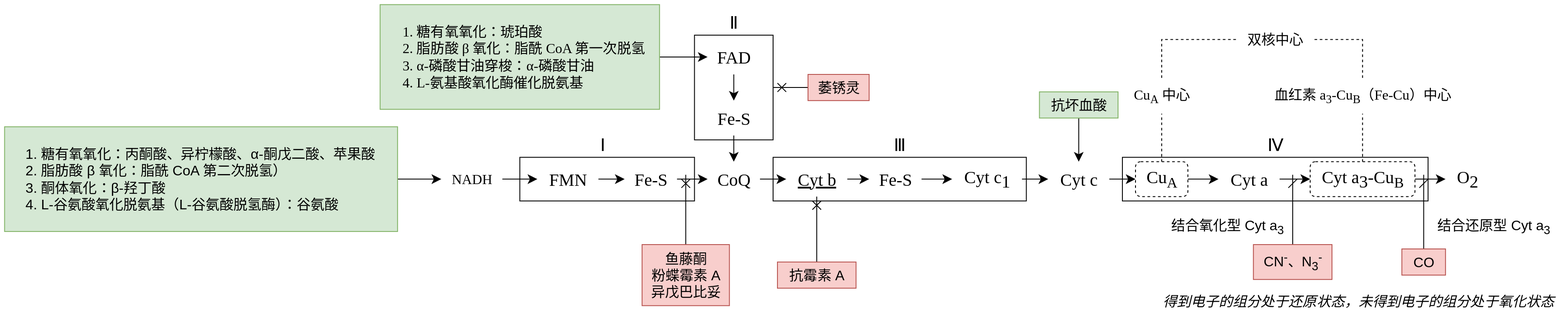
Above: content/series/生物化学与分子生物学/生物氧化/氧化呼吸链.svg in daisilia/daisilia.github.io (draw.io), before the change. Source tidied: cells renumbered, new cells last; positions are measured from the earlier drawing's top-left corner, leaving out a move shared by most shapes. Its diagram source:
```xml
<mxGraphModel>
  <root>
    <mxCell id="0" />
    <mxCell id="1" parent="0" />
    <mxCell id="2" style="rounded=0;whiteSpace=wrap;html=1;fontSize=16;fillColor=none;fontFamily=Noto Sans SC;" parent="1" vertex="1">
      <mxGeometry x="790" y="35" width="90" height="120" as="geometry" />
    </mxCell>
    <mxCell id="3" style="rounded=0;whiteSpace=wrap;html=1;fontSize=16;fillColor=none;fontFamily=Noto Sans SC;" parent="1" vertex="1">
      <mxGeometry x="590" y="175" width="200" height="50" as="geometry" />
    </mxCell>
    <mxCell id="4" style="rounded=0;whiteSpace=wrap;html=1;fontSize=16;fillColor=none;fontFamily=Noto Sans SC;" parent="1" vertex="1">
      <mxGeometry x="880" y="175" width="290" height="50" as="geometry" />
    </mxCell>
    <mxCell id="5" style="rounded=0;whiteSpace=wrap;html=1;fontSize=16;fillColor=none;fontFamily=Noto Sans SC;" parent="1" vertex="1">
      <mxGeometry x="1280" y="175" width="350" height="50" as="geometry" />
    </mxCell>
    <mxCell id="6" style="edgeStyle=none;curved=1;rounded=0;jettySize=auto;html=1;fontSize=20;startSize=8;endSize=8;fontFamily=Noto Sans SC;" parent="1" edge="1" source="7" target="9">
      <mxGeometry relative="1" as="geometry" />
    </mxCell>
    <mxCell id="7" value="&lt;ol&gt;&lt;li&gt;糖有氧氧化：琥珀酸&lt;/li&gt;&lt;li&gt;脂肪酸 β 氧化：脂酰 CoA 第一次脱氢&lt;/li&gt;&lt;li style=&quot;border-color: var(--border-color);&quot;&gt;α-磷酸甘油穿梭：α-磷酸甘油&lt;/li&gt;&lt;li style=&quot;border-color: var(--border-color);&quot;&gt;L-氨基酸氧化酶催化脱氨基&lt;br&gt;&lt;/li&gt;&lt;/ol&gt;" style="text;html=1;align=left;verticalAlign=middle;points=[];strokeColor=#82b366;fillColor=#d5e8d4;fontSize=16;fontFamily=Noto Sans SC;" parent="1" vertex="1">
      <mxGeometry x="430" width="320" height="120" as="geometry" />
    </mxCell>
    <mxCell id="8" style="edgeStyle=none;curved=1;rounded=0;jettySize=auto;html=1;fontSize=20;startSize=8;endSize=8;fontFamily=Noto Sans SC;" parent="1" edge="1" source="9" target="11">
      <mxGeometry relative="1" as="geometry" />
    </mxCell>
    <mxCell id="9" value="FAD" style="text;html=1;align=center;verticalAlign=middle;points=[];strokeColor=none;fillColor=none;fontSize=20;fontFamily=Noto Sans SC;" parent="1" vertex="1">
      <mxGeometry x="805" y="40" width="60" height="40" as="geometry" />
    </mxCell>
    <mxCell id="10" style="edgeStyle=none;curved=1;rounded=0;jettySize=auto;html=1;fontSize=20;startSize=8;endSize=8;fontFamily=Noto Sans SC;" parent="1" edge="1" source="11" target="13">
      <mxGeometry relative="1" as="geometry" />
    </mxCell>
    <mxCell id="11" value="Fe-S" style="text;html=1;align=center;verticalAlign=middle;points=[];strokeColor=none;fillColor=none;fontSize=20;fontFamily=Noto Sans SC;" parent="1" vertex="1">
      <mxGeometry x="805" y="110" width="60" height="40" as="geometry" />
    </mxCell>
    <mxCell id="12" style="edgeStyle=none;curved=1;rounded=0;jettySize=auto;html=1;fontSize=20;startSize=8;endSize=8;fontFamily=Noto Sans SC;" parent="1" edge="1" source="13" target="21">
      <mxGeometry relative="1" as="geometry" />
    </mxCell>
    <mxCell id="13" value="CoQ" style="text;html=1;align=center;verticalAlign=middle;points=[];strokeColor=none;fillColor=none;fontSize=20;fontFamily=Noto Sans SC;" parent="1" vertex="1">
      <mxGeometry x="805" y="180" width="60" height="40" as="geometry" />
    </mxCell>
    <mxCell id="14" style="edgeStyle=none;curved=1;rounded=0;jettySize=auto;html=1;fontSize=20;startSize=8;endSize=8;fontFamily=Noto Sans SC;" parent="1" edge="1" source="15" target="17">
      <mxGeometry relative="1" as="geometry" />
    </mxCell>
    <mxCell id="15" value="NADH" style="text;html=1;align=center;verticalAlign=middle;points=[];strokeColor=none;fillColor=none;fontSize=16;fontFamily=Noto Sans SC;" parent="1" vertex="1">
      <mxGeometry x="500" y="185" width="70" height="30" as="geometry" />
    </mxCell>
    <mxCell id="16" style="edgeStyle=none;curved=1;rounded=0;jettySize=auto;html=1;fontSize=20;startSize=8;endSize=8;fontFamily=Noto Sans SC;" parent="1" edge="1" source="17" target="19">
      <mxGeometry relative="1" as="geometry" />
    </mxCell>
    <mxCell id="17" value="FMN" style="text;html=1;align=center;verticalAlign=middle;points=[];strokeColor=none;fillColor=none;fontSize=20;fontFamily=Noto Sans SC;" parent="1" vertex="1">
      <mxGeometry x="610" y="180" width="70" height="40" as="geometry" />
    </mxCell>
    <mxCell id="18" style="edgeStyle=none;curved=1;rounded=0;jettySize=auto;html=1;fontSize=20;startSize=8;endSize=8;fontFamily=Noto Sans SC;" parent="1" edge="1" source="19" target="13">
      <mxGeometry relative="1" as="geometry" />
    </mxCell>
    <mxCell id="19" value="Fe-S" style="text;html=1;align=center;verticalAlign=middle;points=[];strokeColor=none;fillColor=none;fontSize=20;fontFamily=Noto Sans SC;" parent="1" vertex="1">
      <mxGeometry x="710" y="180" width="60" height="40" as="geometry" />
    </mxCell>
    <mxCell id="20" style="edgeStyle=none;curved=1;rounded=0;jettySize=auto;html=1;fontSize=20;startSize=8;endSize=8;fontFamily=Noto Sans SC;" parent="1" edge="1" source="21" target="23">
      <mxGeometry relative="1" as="geometry" />
    </mxCell>
    <mxCell id="21" value="Cyt b" style="text;html=1;align=center;verticalAlign=middle;points=[];strokeColor=none;fillColor=none;fontSize=20;fontFamily=Noto Sans SC;fontStyle=4;" parent="1" vertex="1">
      <mxGeometry x="895" y="180" width="70" height="40" as="geometry" />
    </mxCell>
    <mxCell id="22" style="edgeStyle=none;curved=1;rounded=0;jettySize=auto;html=1;fontSize=20;startSize=8;endSize=8;fontFamily=Noto Sans SC;" parent="1" edge="1" source="23" target="25">
      <mxGeometry relative="1" as="geometry" />
    </mxCell>
    <mxCell id="23" value="Fe-S" style="text;html=1;align=center;verticalAlign=middle;points=[];strokeColor=none;fillColor=none;fontSize=20;fontFamily=Noto Sans SC;" parent="1" vertex="1">
      <mxGeometry x="990" y="180" width="60" height="40" as="geometry" />
    </mxCell>
    <mxCell id="24" style="edgeStyle=none;curved=1;rounded=0;jettySize=auto;html=1;fontSize=20;startSize=8;endSize=8;fontFamily=Noto Sans SC;" parent="1" edge="1" source="25" target="27">
      <mxGeometry relative="1" as="geometry" />
    </mxCell>
    <mxCell id="25" value="Cyt c&lt;sub style=&quot;font-size: 20px;&quot;&gt;1&lt;/sub&gt;" style="text;html=1;align=center;verticalAlign=middle;points=[];strokeColor=none;fillColor=none;fontSize=20;fontFamily=Noto Sans SC;" parent="1" vertex="1">
      <mxGeometry x="1085" y="180" width="80" height="40" as="geometry" />
    </mxCell>
    <mxCell id="26" style="edgeStyle=none;curved=1;rounded=0;jettySize=auto;html=1;fontSize=20;startSize=8;endSize=8;fontFamily=Noto Sans SC;" parent="1" edge="1" source="27" target="30">
      <mxGeometry relative="1" as="geometry" />
    </mxCell>
    <mxCell id="27" value="Cyt c&lt;span style=&quot;font-size: 20px;&quot;&gt;&lt;br style=&quot;font-size: 20px;&quot;&gt;&lt;/span&gt;" style="text;html=1;align=center;verticalAlign=middle;points=[];strokeColor=none;fillColor=none;fontSize=20;fontFamily=Noto Sans SC;" parent="1" vertex="1">
      <mxGeometry x="1195" y="180" width="70" height="40" as="geometry" />
    </mxCell>
    <mxCell id="28" style="edgeStyle=none;curved=1;rounded=0;jettySize=auto;html=1;fontSize=20;startSize=8;endSize=8;fontFamily=Noto Sans SC;" parent="1" edge="1" source="30" target="32">
      <mxGeometry relative="1" as="geometry" />
    </mxCell>
    <mxCell id="29" style="edgeStyle=none;curved=1;rounded=0;jettySize=auto;html=1;fontSize=12;startSize=8;endSize=8;endArrow=none;endFill=0;dashed=1;" parent="1" edge="1" source="30" target="41">
      <mxGeometry relative="1" as="geometry" />
    </mxCell>
    <mxCell id="30" value="Cu&lt;sub&gt;A&lt;/sub&gt;&lt;span style=&quot;font-size: 20px;&quot;&gt;&lt;br style=&quot;font-size: 20px;&quot;&gt;&lt;/span&gt;" style="text;html=1;align=center;verticalAlign=middle;points=[];strokeColor=default;fillColor=none;fontSize=20;fontFamily=Noto Sans SC;dashed=1;rounded=1;" parent="1" vertex="1">
      <mxGeometry x="1295" y="180" width="60" height="40" as="geometry" />
    </mxCell>
    <mxCell id="31" style="edgeStyle=none;curved=1;rounded=0;jettySize=auto;html=1;fontSize=20;startSize=8;endSize=8;fontFamily=Noto Sans SC;" parent="1" edge="1" source="32" target="35">
      <mxGeometry relative="1" as="geometry" />
    </mxCell>
    <mxCell id="32" value="Cyt a&lt;span style=&quot;font-size: 20px;&quot;&gt;&lt;br style=&quot;font-size: 20px;&quot;&gt;&lt;/span&gt;" style="text;html=1;align=center;verticalAlign=middle;points=[];strokeColor=none;fillColor=none;fontSize=20;fontFamily=Noto Sans SC;" parent="1" vertex="1">
      <mxGeometry x="1390" y="180" width="70" height="40" as="geometry" />
    </mxCell>
    <mxCell id="33" style="edgeStyle=none;curved=1;rounded=0;jettySize=auto;html=1;fontSize=20;startSize=8;endSize=8;fontFamily=Noto Sans SC;" parent="1" edge="1" source="35" target="36">
      <mxGeometry relative="1" as="geometry" />
    </mxCell>
    <mxCell id="34" style="edgeStyle=none;curved=1;rounded=0;jettySize=auto;html=1;fontSize=12;startSize=8;endSize=8;dashed=1;endArrow=none;endFill=0;" parent="1" edge="1" source="35" target="42">
      <mxGeometry relative="1" as="geometry" />
    </mxCell>
    <mxCell id="35" value="Cyt a&lt;sub style=&quot;font-size: 20px;&quot;&gt;3&lt;/sub&gt;-Cu&lt;sub&gt;B&lt;/sub&gt;&lt;span style=&quot;font-size: 20px;&quot;&gt;&lt;br style=&quot;font-size: 20px;&quot;&gt;&lt;/span&gt;" style="text;html=1;align=center;verticalAlign=middle;points=[];strokeColor=default;fillColor=none;fontSize=20;fontFamily=Noto Sans SC;dashed=1;rounded=1;" parent="1" vertex="1">
      <mxGeometry x="1495" y="180" width="120" height="40" as="geometry" />
    </mxCell>
    <mxCell id="36" value="&lt;span style=&quot;font-size: 20px;&quot;&gt;O&lt;sub style=&quot;font-size: 20px;&quot;&gt;2&lt;/sub&gt;&lt;br style=&quot;font-size: 20px;&quot;&gt;&lt;/span&gt;" style="text;html=1;align=center;verticalAlign=middle;points=[];strokeColor=none;fillColor=none;fontSize=20;fontFamily=Noto Sans SC;" parent="1" vertex="1">
      <mxGeometry x="1650" y="180" width="50" height="40" as="geometry" />
    </mxCell>
    <mxCell id="37" value="Ⅰ" style="text;html=1;align=center;verticalAlign=middle;strokeColor=none;fillColor=none;fontSize=20;fontFamily=Noto Sans SC;" parent="1" vertex="1">
      <mxGeometry x="665" y="140" width="40" height="40" as="geometry" />
    </mxCell>
    <mxCell id="38" value="Ⅱ" style="text;html=1;align=center;verticalAlign=middle;strokeColor=none;fillColor=none;fontSize=20;fontFamily=Noto Sans SC;" parent="1" vertex="1">
      <mxGeometry x="815" width="40" height="40" as="geometry" />
    </mxCell>
    <mxCell id="39" value="Ⅲ" style="text;html=1;align=center;verticalAlign=middle;strokeColor=none;fillColor=none;fontSize=20;fontFamily=Noto Sans SC;" parent="1" vertex="1">
      <mxGeometry x="1005" y="140" width="40" height="40" as="geometry" />
    </mxCell>
    <mxCell id="40" value="Ⅳ" style="text;html=1;align=center;verticalAlign=middle;strokeColor=none;fillColor=none;fontSize=20;fontFamily=Noto Sans SC;" parent="1" vertex="1">
      <mxGeometry x="1435" y="140" width="40" height="40" as="geometry" />
    </mxCell>
    <mxCell id="41" value="&lt;span style=&quot;&quot;&gt;Cu&lt;sub&gt;A&lt;/sub&gt; 中心&lt;br style=&quot;font-size: 20px;&quot;&gt;&lt;/span&gt;" style="text;html=1;align=center;verticalAlign=middle;points=[];strokeColor=none;fillColor=none;fontSize=16;fontFamily=Noto Sans SC;" parent="1" vertex="1">
      <mxGeometry x="1280" y="85" width="90" height="40" as="geometry" />
    </mxCell>
    <mxCell id="42" value="&lt;span style=&quot;&quot;&gt;血红素 a&lt;sub&gt;3&lt;/sub&gt;-Cu&lt;sub&gt;B&lt;/sub&gt;（Fe-Cu）中心&lt;br style=&quot;font-size: 20px;&quot;&gt;&lt;/span&gt;" style="text;html=1;align=center;verticalAlign=middle;points=[];strokeColor=none;fillColor=none;fontSize=16;fontFamily=Noto Sans SC;" parent="1" vertex="1">
      <mxGeometry x="1440" y="85" width="230" height="40" as="geometry" />
    </mxCell>
    <mxCell id="43" style="edgeStyle=orthogonalEdgeStyle;rounded=0;jettySize=auto;html=1;fontSize=12;startSize=8;endSize=8;endArrow=none;endFill=0;dashed=1;" parent="1" edge="1" source="45" target="42">
      <mxGeometry relative="1" as="geometry">
        <Array as="points">
          <mxPoint x="1555" y="40" />
        </Array>
      </mxGeometry>
    </mxCell>
    <mxCell id="44" style="edgeStyle=orthogonalEdgeStyle;rounded=0;jettySize=auto;html=1;fontSize=12;startSize=8;endSize=8;endArrow=none;endFill=0;dashed=1;" parent="1" edge="1" source="45" target="41">
      <mxGeometry relative="1" as="geometry" />
    </mxCell>
    <mxCell id="45" value="双核中心" style="text;html=1;align=center;verticalAlign=middle;points=[];strokeColor=none;fillColor=none;fontSize=16;" parent="1" vertex="1">
      <mxGeometry x="1410" y="25" width="90" height="30" as="geometry" />
    </mxCell>
    <mxCell id="46" style="edgeStyle=none;curved=1;rounded=0;jettySize=auto;html=1;fontSize=12;startSize=8;endSize=8;" parent="1" edge="1" source="47" target="15">
      <mxGeometry relative="1" as="geometry" />
    </mxCell>
    <mxCell id="47" value="&lt;ol&gt;&lt;li&gt;糖有氧氧化：丙酮酸、异柠檬酸、α-酮戊二酸、苹果酸&lt;/li&gt;&lt;li&gt;脂肪酸 β 氧化：脂酰 CoA 第二次脱氢）&lt;/li&gt;&lt;li&gt;酮体氧化：β-羟丁酸&lt;/li&gt;&lt;li&gt;L-谷氨酸氧化脱氨基（L-谷氨酸脱氢酶）：谷氨酸&lt;/li&gt;&lt;/ol&gt;" style="text;html=1;align=left;verticalAlign=middle;points=[];strokeColor=#82b366;fillColor=#d5e8d4;fontSize=16;" parent="1" vertex="1">
      <mxGeometry y="140" width="450" height="120" as="geometry" />
    </mxCell>
    <mxCell id="48" style="edgeStyle=none;curved=1;rounded=0;jettySize=auto;html=1;fontSize=12;startSize=8;endSize=8;" parent="1" edge="1" source="49" target="27">
      <mxGeometry relative="1" as="geometry" />
    </mxCell>
    <mxCell id="49" value="抗坏血酸" style="text;html=1;align=center;verticalAlign=middle;points=[];strokeColor=#82b366;fillColor=#d5e8d4;fontSize=16;" parent="1" vertex="1">
      <mxGeometry x="1185" y="100" width="90" height="30" as="geometry" />
    </mxCell>
    <mxCell id="50" style="edgeStyle=none;curved=1;rounded=0;jettySize=auto;html=1;fontSize=12;startSize=8;endSize=8;endArrow=cross;endFill=0;" parent="1" edge="1" source="51">
      <mxGeometry relative="1" as="geometry">
        <mxPoint x="780" y="195" as="targetPoint" />
      </mxGeometry>
    </mxCell>
    <mxCell id="51" value="鱼藤酮&lt;br&gt;粉蝶霉素 A&lt;br&gt;异戊巴比妥" style="text;html=1;align=center;verticalAlign=middle;points=[];strokeColor=#b85450;fillColor=#f8cecc;fontSize=16;" parent="1" vertex="1">
      <mxGeometry x="730" y="275" width="100" height="70" as="geometry" />
    </mxCell>
    <mxCell id="52" style="edgeStyle=none;curved=1;rounded=0;jettySize=auto;html=1;fontSize=12;startSize=8;endSize=8;endArrow=cross;endFill=0;" parent="1" edge="1" source="53" target="2">
      <mxGeometry relative="1" as="geometry" />
    </mxCell>
    <mxCell id="53" value="萎锈灵" style="text;html=1;align=center;verticalAlign=middle;points=[];strokeColor=#b85450;fillColor=#f8cecc;fontSize=16;" parent="1" vertex="1">
      <mxGeometry x="920" y="80" width="70" height="30" as="geometry" />
    </mxCell>
    <mxCell id="54" style="edgeStyle=none;curved=1;rounded=0;jettySize=auto;html=1;fontSize=12;startSize=8;endSize=8;endArrow=cross;endFill=0;" parent="1" edge="1" source="55" target="21">
      <mxGeometry relative="1" as="geometry" />
    </mxCell>
    <mxCell id="55" value="抗霉素 A" style="text;html=1;align=center;verticalAlign=middle;points=[];strokeColor=#b85450;fillColor=#f8cecc;fontSize=16;" parent="1" vertex="1">
      <mxGeometry x="885" y="295" width="90" height="30" as="geometry" />
    </mxCell>
    <mxCell id="56" style="edgeStyle=none;curved=1;rounded=0;jettySize=auto;html=1;fontSize=12;startSize=8;endSize=8;endArrow=dash;endFill=0;" parent="1" edge="1" source="57">
      <mxGeometry relative="1" as="geometry">
        <mxPoint x="1475" y="195" as="targetPoint" />
      </mxGeometry>
    </mxCell>
    <mxCell id="57" value="CN&lt;sup&gt;-&lt;/sup&gt;、N&lt;sub&gt;3&lt;/sub&gt;&lt;sup&gt;-&lt;/sup&gt;" style="text;html=1;align=center;verticalAlign=middle;points=[];strokeColor=#b85450;fillColor=#f8cecc;fontSize=16;" parent="1" vertex="1">
      <mxGeometry x="1430" y="275" width="90" height="40" as="geometry" />
    </mxCell>
    <mxCell id="58" value="结合氧化型 Cyt a&lt;sub&gt;3&lt;/sub&gt;" style="text;html=1;align=center;verticalAlign=middle;strokeColor=none;fillColor=none;fontSize=16;" parent="1" vertex="1">
      <mxGeometry x="1325" y="235" width="150" height="40" as="geometry" />
    </mxCell>
    <mxCell id="59" style="edgeStyle=none;curved=1;rounded=0;jettySize=auto;html=1;fontSize=12;startSize=8;endSize=8;endArrow=dash;endFill=0;" parent="1" edge="1" source="60">
      <mxGeometry relative="1" as="geometry">
        <mxPoint x="1625" y="195" as="targetPoint" />
      </mxGeometry>
    </mxCell>
    <mxCell id="60" value="CO" style="text;html=1;align=center;verticalAlign=middle;points=[];strokeColor=#b85450;fillColor=#f8cecc;fontSize=16;" parent="1" vertex="1">
      <mxGeometry x="1600" y="280" width="50" height="30" as="geometry" />
    </mxCell>
    <mxCell id="61" value="结合还原型 Cyt a&lt;sub&gt;3&lt;/sub&gt;" style="text;html=1;align=center;verticalAlign=middle;strokeColor=none;fillColor=none;fontSize=16;" parent="1" vertex="1">
      <mxGeometry x="1630" y="235" width="150" height="40" as="geometry" />
    </mxCell>
    <mxCell id="62" value="得到电子的组分处于还原状态，未得到电子的组分处于氧化状态" style="text;html=1;align=center;verticalAlign=middle;strokeColor=none;fillColor=none;fontSize=16;fontStyle=2;" parent="1" vertex="1">
      <mxGeometry x="1315" y="325" width="470" height="30" as="geometry" />
    </mxCell>
  </root>
</mxGraphModel>
```
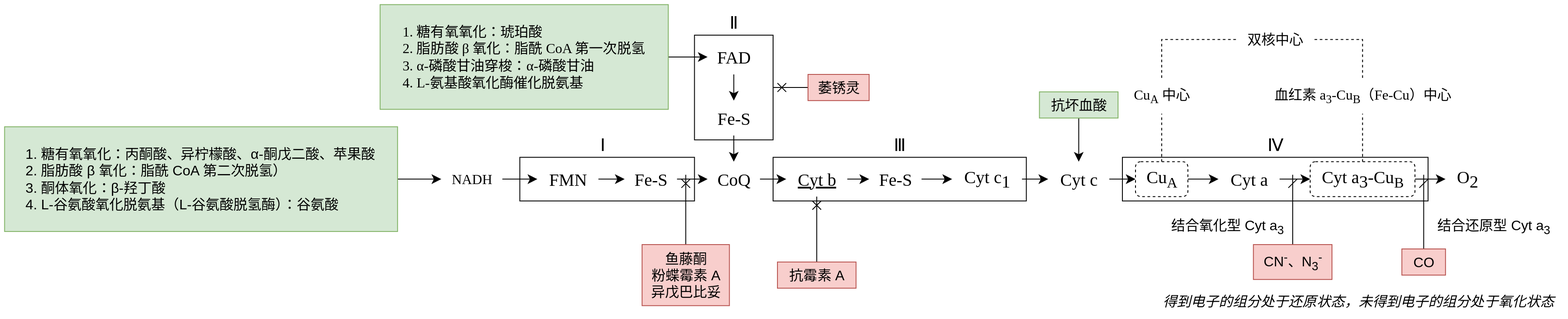
After the change.

The edit, as a diff of the source:
```diff
@@ -17,8 +17,8 @@
     <mxCell id="6" style="edgeStyle=none;curved=1;rounded=0;jettySize=auto;html=1;fontSize=20;startSize=8;endSize=8;fontFamily=Noto Sans SC;" parent="1" edge="1" source="7" target="9">
       <mxGeometry relative="1" as="geometry" />
     </mxCell>
-    <mxCell id="7" value="&lt;ol&gt;&lt;li&gt;糖有氧氧化：琥珀酸&lt;/li&gt;&lt;li&gt;脂肪酸 β 氧化：脂酰 CoA 第一次脱氢&lt;/li&gt;&lt;li style=&quot;border-color: var(--border-color);&quot;&gt;α-磷酸甘油穿梭：α-磷酸甘油&lt;/li&gt;&lt;li style=&quot;border-color: var(--border-color);&quot;&gt;L-氨基酸氧化酶催化脱氨基&lt;br&gt;&lt;/li&gt;&lt;/ol&gt;" style="text;html=1;align=left;verticalAlign=middle;points=[];strokeColor=#82b366;fillColor=#d5e8d4;fontSize=16;fontFamily=Noto Sans SC;" parent="1" vertex="1">
-      <mxGeometry x="430" width="320" height="120" as="geometry" />
+    <mxCell id="7" value="&lt;ol&gt;&lt;li&gt;糖有氧氧化：琥珀酸&lt;/li&gt;&lt;li&gt;&lt;a href=&quot;relref=/series/生物化学与分子生物学/脂质代谢#β-氧化&quot;&gt;脂肪酸 β 氧化&lt;/a&gt;：脂酰 CoA 第一次脱氢&lt;/li&gt;&lt;li style=&quot;border-color: var(--border-color);&quot;&gt;α-磷酸甘油穿梭：α-磷酸甘油&lt;/li&gt;&lt;li style=&quot;border-color: var(--border-color);&quot;&gt;L-氨基酸氧化酶催化脱氨基&lt;br&gt;&lt;/li&gt;&lt;/ol&gt;" style="text;html=1;align=left;verticalAlign=middle;points=[];strokeColor=#82b366;fillColor=#d5e8d4;fontSize=16;fontFamily=Noto Sans SC;" parent="1" vertex="1">
+      <mxGeometry x="430" width="330" height="120" as="geometry" />
     </mxCell>
     <mxCell id="8" style="edgeStyle=none;curved=1;rounded=0;jettySize=auto;html=1;fontSize=20;startSize=8;endSize=8;fontFamily=Noto Sans SC;" parent="1" edge="1" source="9" target="11">
       <mxGeometry relative="1" as="geometry" />
```
